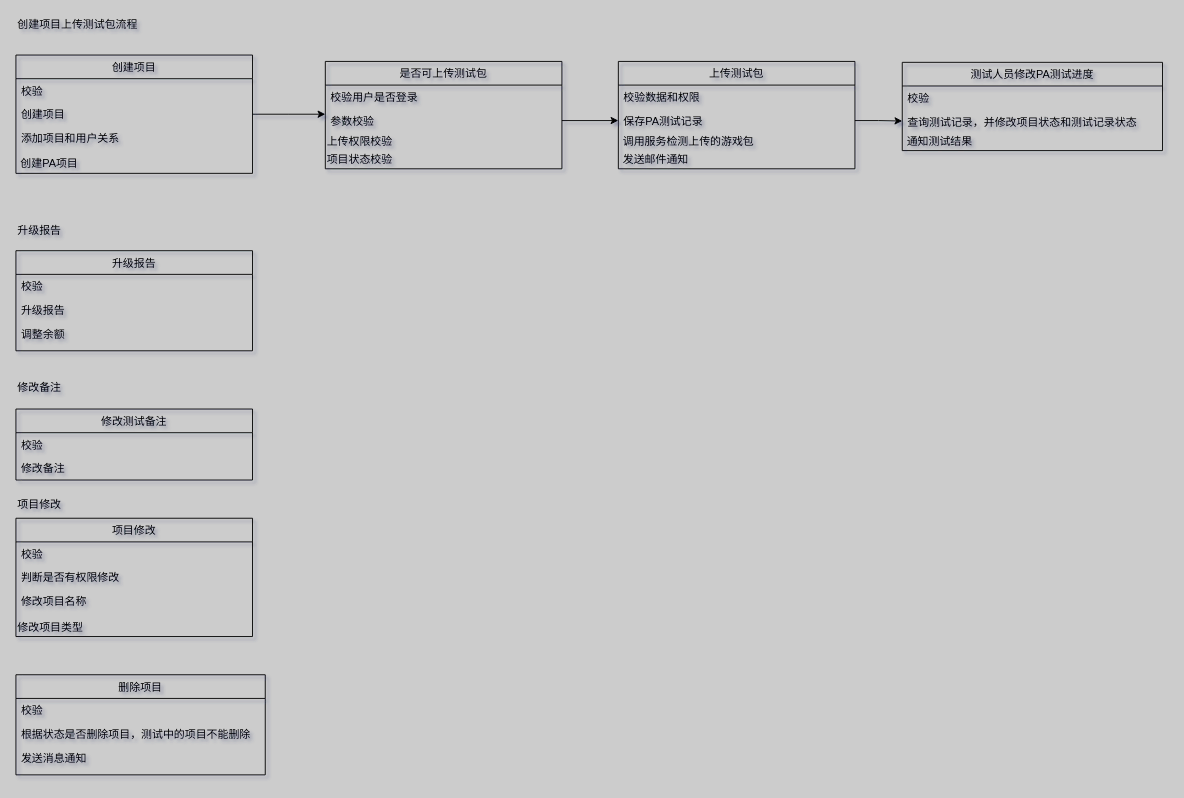
This is Untitled Diagram.drawio from concurrentWang/SpringBoot-Labs, a draw.io file, before an edit. Source tidied: cells renumbered, new cells numbered last; positions are measured from the earlier drawing's top-left corner, leaving out a move shared by most shapes. Both pictures are drawn from the tidied source at 91%, with x=0, y=0 at pixel (15, 15).
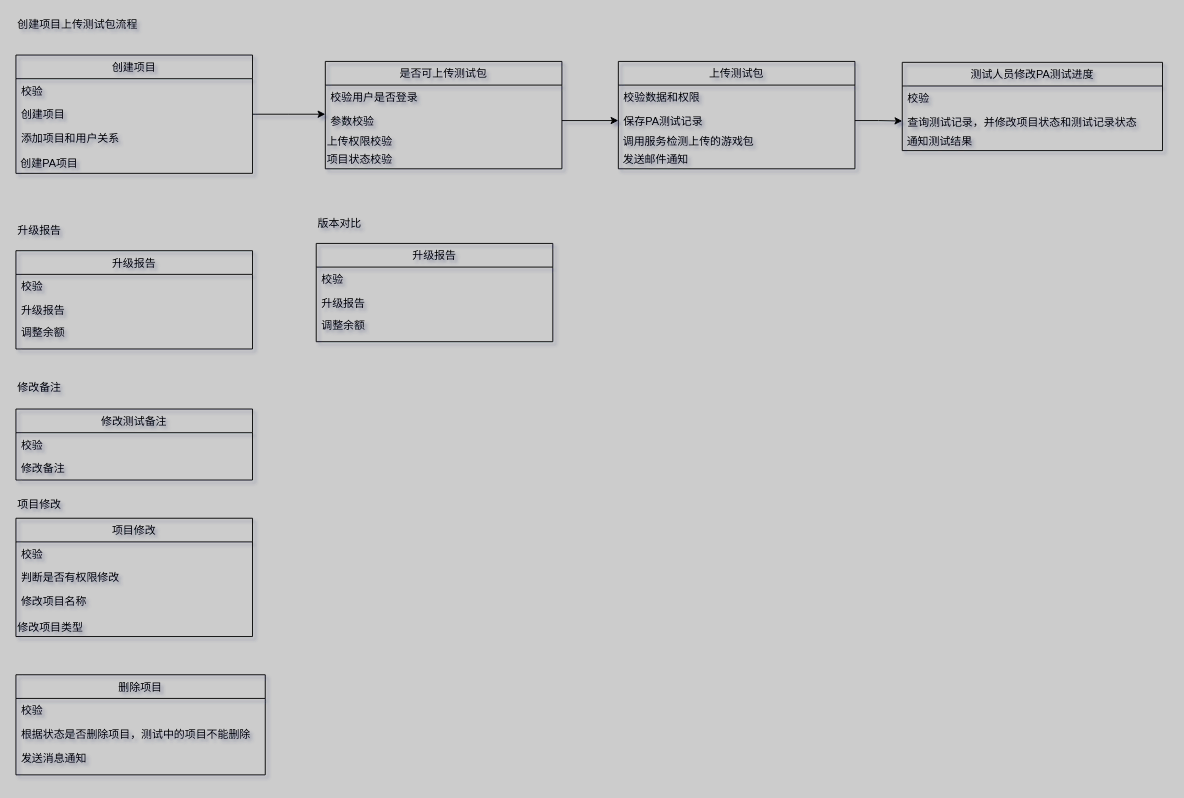
Above is the later version.

What changed in the source:
```diff
@@
     <mxCell id="20" value="升级报告" style="swimlane;fontStyle=0;horizontal=1;startSize=26;fillColor=none;" parent="1" vertex="1">
-      <mxGeometry y="258" width="260" height="110" as="geometry" />
+      <mxGeometry y="258" width="260" height="108" as="geometry" />
     </mxCell>
@@
     <mxCell id="22" value="升级报告" style="text;strokeColor=none;fillColor=none;align=left;verticalAlign=top;spacingLeft=4;spacingRight=4;overflow=hidden;" parent="20" vertex="1">
-      <mxGeometry y="52" width="260" height="26" as="geometry" />
+      <mxGeometry y="52" width="260" height="24" as="geometry" />
     </mxCell>
     <mxCell id="23" value="调整余额" style="text;strokeColor=none;fillColor=none;align=left;verticalAlign=top;spacingLeft=4;spacingRight=4;overflow=hidden;" parent="20" vertex="1">
-      <mxGeometry y="78" width="260" height="32" as="geometry" />
+      <mxGeometry y="76" width="260" height="32" as="geometry" />
     </mxCell>
@@
+    <mxCell id="44" value="版本对比" style="text;html=1;strokeColor=none;fillColor=none;align=left;verticalAlign=middle;whiteSpace=wrap;rounded=0;" parent="1" vertex="1">
+      <mxGeometry x="330" y="218" width="93" height="20" as="geometry" />
+    </mxCell>
+    <mxCell id="45" value="升级报告" style="swimlane;fontStyle=0;horizontal=1;startSize=26;fillColor=none;" parent="1" vertex="1">
+      <mxGeometry x="330" y="250" width="260" height="108" as="geometry" />
+    </mxCell>
+    <mxCell id="46" value="校验" style="text;strokeColor=none;fillColor=none;align=left;verticalAlign=top;spacingLeft=4;spacingRight=4;overflow=hidden;" parent="45" vertex="1">
+      <mxGeometry y="26" width="260" height="26" as="geometry" />
+    </mxCell>
+    <mxCell id="47" value="升级报告" style="text;strokeColor=none;fillColor=none;align=left;verticalAlign=top;spacingLeft=4;spacingRight=4;overflow=hidden;" parent="45" vertex="1">
+      <mxGeometry y="52" width="260" height="24" as="geometry" />
+    </mxCell>
+    <mxCell id="48" value="调整余额" style="text;strokeColor=none;fillColor=none;align=left;verticalAlign=top;spacingLeft=4;spacingRight=4;overflow=hidden;" parent="45" vertex="1">
+      <mxGeometry y="76" width="260" height="32" as="geometry" />
+    </mxCell>
```
